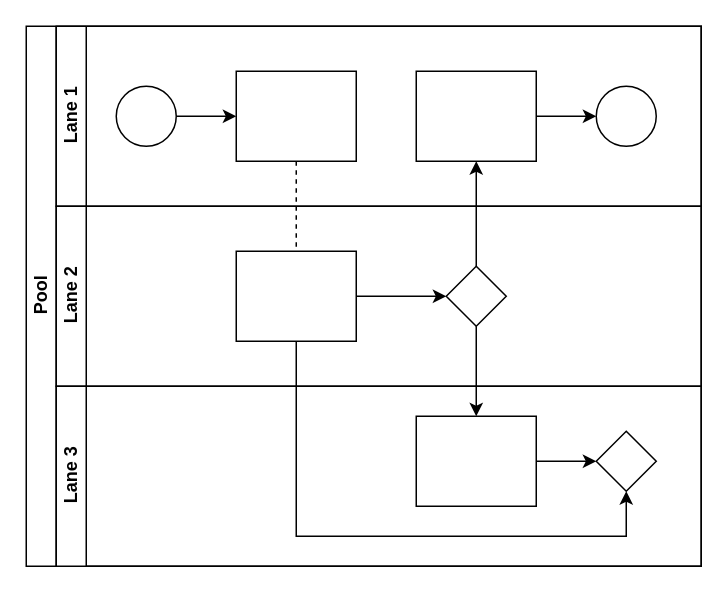
Aendrous/diagrams keeps this draw.io diagram as Dashboard collect data Diagram.drawio. Above is the earlier version. Source tidied: cells renumbered, new cells numbered last; positions are measured from the earlier drawing's top-left corner, leaving out a move shared by most shapes. Both pictures are drawn from the tidied source at 150%, with x=0, y=0 at pixel (26, 26).
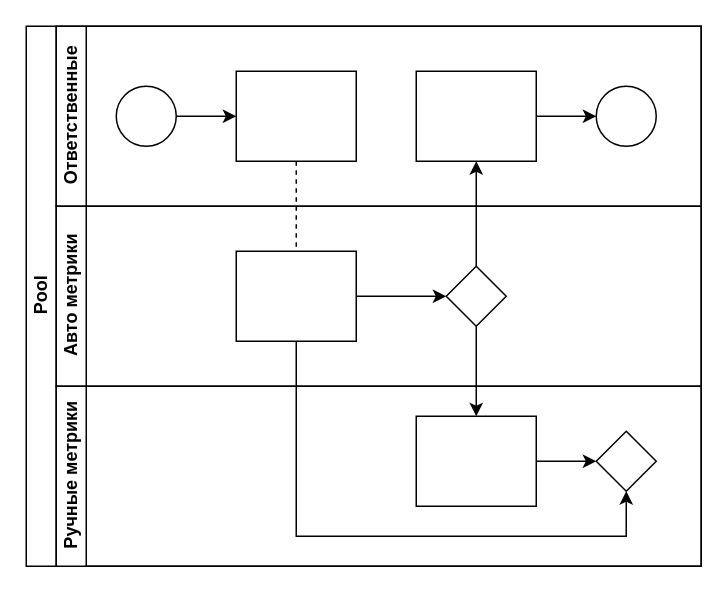
The same diagram, later.

The change refers to these unchanged cells:
```xml
<mxCell id="2" value="Pool" style="swimlane;html=1;horizontal=0;startSize=20;" parent="1" vertex="1">
  <mxGeometry width="450" height="360" as="geometry" />
</mxCell>
```

Diff of the diagram source:
```diff
@@
-    <mxCell id="7" value="Lane 1" style="swimlane;html=1;startSize=20;horizontal=0;" parent="2" vertex="1">
+    <mxCell id="7" value="Ответственные" style="swimlane;html=1;startSize=20;horizontal=0;" parent="2" vertex="1">
       <mxGeometry x="20" width="430" height="120" as="geometry" />
     </mxCell>
@@
-    <mxCell id="14" value="Lane 2" style="swimlane;html=1;startSize=20;horizontal=0;" parent="2" vertex="1">
+    <mxCell id="14" value="Авто метрики" style="swimlane;html=1;startSize=20;horizontal=0;" parent="2" vertex="1">
       <mxGeometry x="20" y="120" width="430" height="120" as="geometry" />
     </mxCell>
@@
-    <mxCell id="18" value="Lane 3" style="swimlane;html=1;startSize=20;horizontal=0;" parent="2" vertex="1">
+    <mxCell id="18" value="Ручные метрики" style="swimlane;html=1;startSize=20;horizontal=0;" parent="2" vertex="1">
       <mxGeometry x="20" y="240" width="430" height="120" as="geometry" />
     </mxCell>
```
